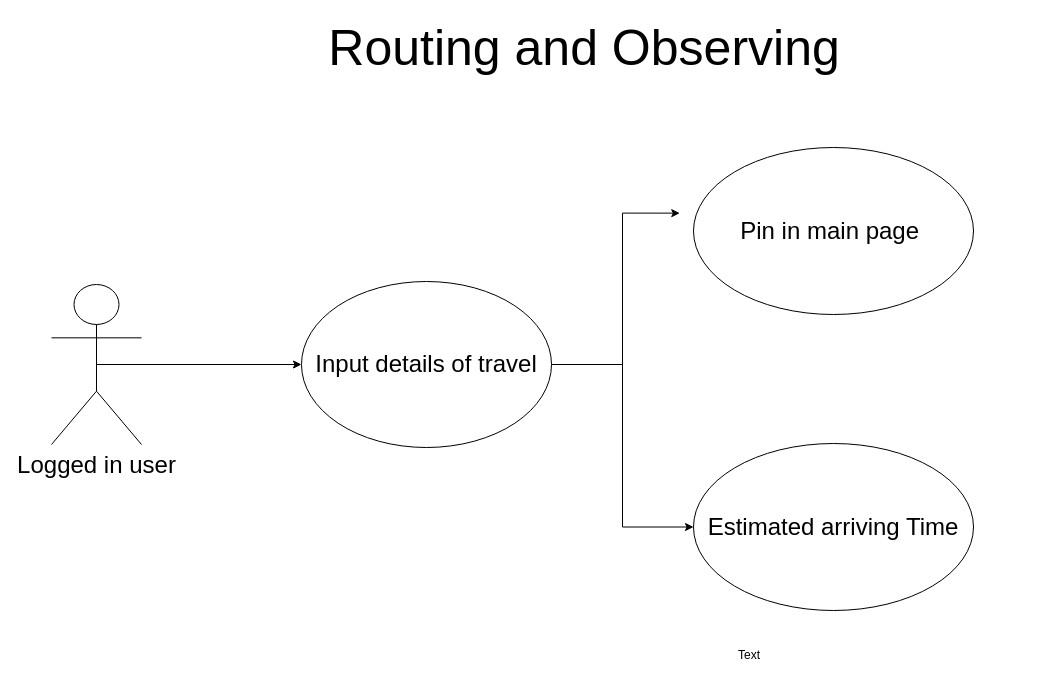
kargaranamir/Travelink keeps this draw.io diagram as Use-case/routing.drawio. Above is the earlier version. Source tidied: cells renumbered, new cells numbered last; positions are measured from the earlier drawing's top-left corner, leaving out a move shared by most shapes. Both pictures are drawn from the tidied source at 100%, with x=0, y=0 at pixel (51, 37).
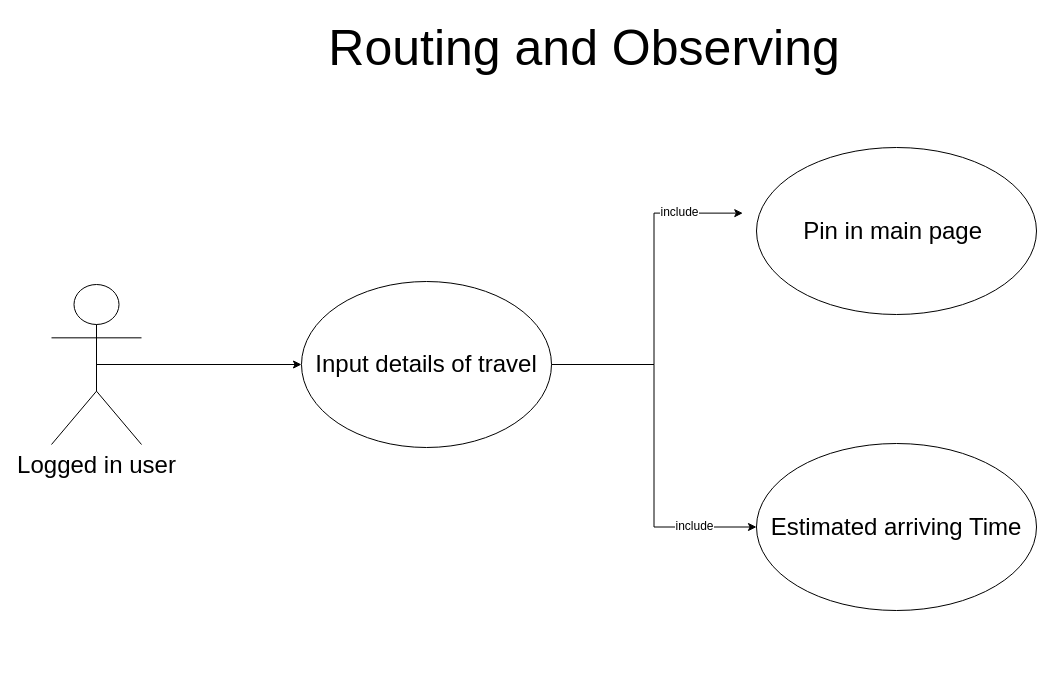
The same diagram, later.

Diff of the diagram source:
```diff
@@
 <mxGraphModel>
   <root>
     <mxCell id="0" />
     <mxCell id="1" parent="0" />
     <mxCell id="2" style="edgeStyle=orthogonalEdgeStyle;rounded=0;jettySize=auto;html=1;exitX=0.5;exitY=0.5;exitDx=0;exitDy=0;exitPerimeter=0;" parent="1" edge="1" source="3" target="6">
       <mxGeometry relative="1" as="geometry" />
     </mxCell>
     <mxCell id="3" value="Logged in user&lt;br style=&quot;font-size: 24px&quot;&gt;" style="shape=umlActor;verticalLabelPosition=bottom;labelBackgroundColor=#ffffff;verticalAlign=top;html=1;outlineConnect=0;fontSize=24;" parent="1" vertex="1">
       <mxGeometry y="247" width="90" height="160" as="geometry" />
     </mxCell>
     <mxCell id="4" style="edgeStyle=orthogonalEdgeStyle;rounded=0;jettySize=auto;html=1;exitX=1;exitY=0.5;exitDx=0;exitDy=0;entryX=-0.049;entryY=0.393;entryDx=0;entryDy=0;entryPerimeter=0;" parent="1" edge="1" source="6" target="7">
       <mxGeometry relative="1" as="geometry" />
     </mxCell>
+    <mxCell id="11" value="include" style="text;html=1;align=center;verticalAlign=middle;labelBackgroundColor=#ffffff;" parent="4" vertex="1">
+      <mxGeometry x="0.63" y="1" relative="1" as="geometry" />
+    </mxCell>
     <mxCell id="5" style="edgeStyle=orthogonalEdgeStyle;rounded=0;jettySize=auto;html=1;exitX=1;exitY=0.5;exitDx=0;exitDy=0;entryX=0;entryY=0.5;entryDx=0;entryDy=0;" parent="1" edge="1" source="6" target="10">
       <mxGeometry relative="1" as="geometry" />
     </mxCell>
+    <mxCell id="12" value="include" style="text;html=1;align=center;verticalAlign=middle;labelBackgroundColor=#ffffff;" parent="5" vertex="1">
+      <mxGeometry x="0.66" y="1" relative="1" as="geometry" />
+    </mxCell>
     <mxCell id="6" value="Input details of travel" style="ellipse;whiteSpace=wrap;html=1;fontSize=24;" parent="1" vertex="1">
       <mxGeometry x="250" y="244" width="250" height="166" as="geometry" />
     </mxCell>
     <mxCell id="7" value="Pin in main page&amp;nbsp;" style="ellipse;whiteSpace=wrap;html=1;fontSize=24;" parent="1" vertex="1">
-      <mxGeometry x="642" y="110" width="280" height="167" as="geometry" />
+      <mxGeometry x="705" y="110" width="280" height="167" as="geometry" />
     </mxCell>
     <mxCell id="8" value="&lt;font style=&quot;font-size: 50px&quot;&gt;Routing and Observing&amp;nbsp;&lt;/font&gt;" style="text;html=1;strokeColor=none;fillColor=none;align=center;verticalAlign=middle;whiteSpace=wrap;rounded=0;" parent="1" vertex="1">
       <mxGeometry x="250" width="580" height="20" as="geometry" />
     </mxCell>
-    <mxCell id="9" value="Text" style="text;html=1;align=left;verticalAlign=top;spacingTop=-4;" parent="1" vertex="1">
-      <mxGeometry x="685" y="608" width="40" height="20" as="geometry" />
-    </mxCell>
     <mxCell id="10" value="&lt;div&gt;Estimated arriving Time&lt;/div&gt;" style="ellipse;whiteSpace=wrap;html=1;fontSize=24;" parent="1" vertex="1">
-      <mxGeometry x="642" y="406" width="280" height="167" as="geometry" />
+      <mxGeometry x="705" y="406" width="280" height="167" as="geometry" />
     </mxCell>
   </root>
 </mxGraphModel>
```
